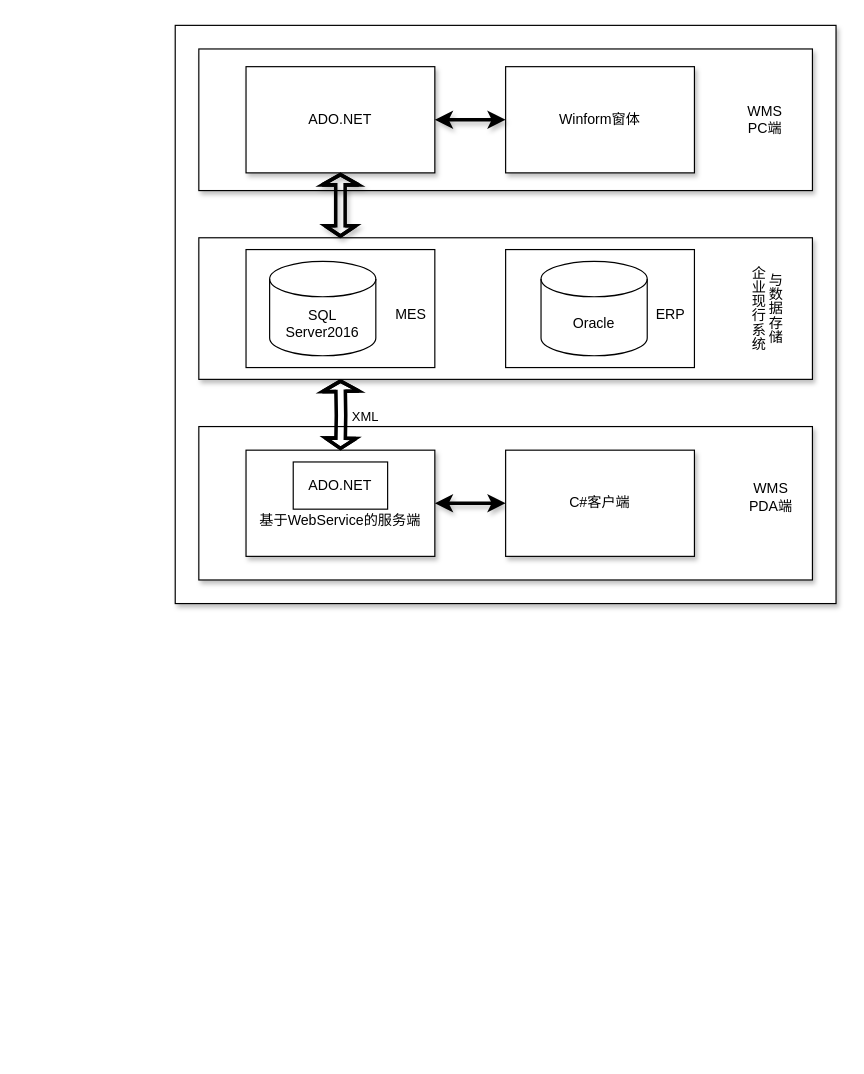
This is WMS系统架构.drawio from 177-Liukuan/MyPicture, a draw.io file, before an edit. Source tidied: cells renumbered, new cells numbered last; positions are measured from the earlier drawing's top-left corner, leaving out a move shared by most shapes. Both pictures are drawn from the tidied source at 118%, with x=0, y=0 at pixel (175, 25).
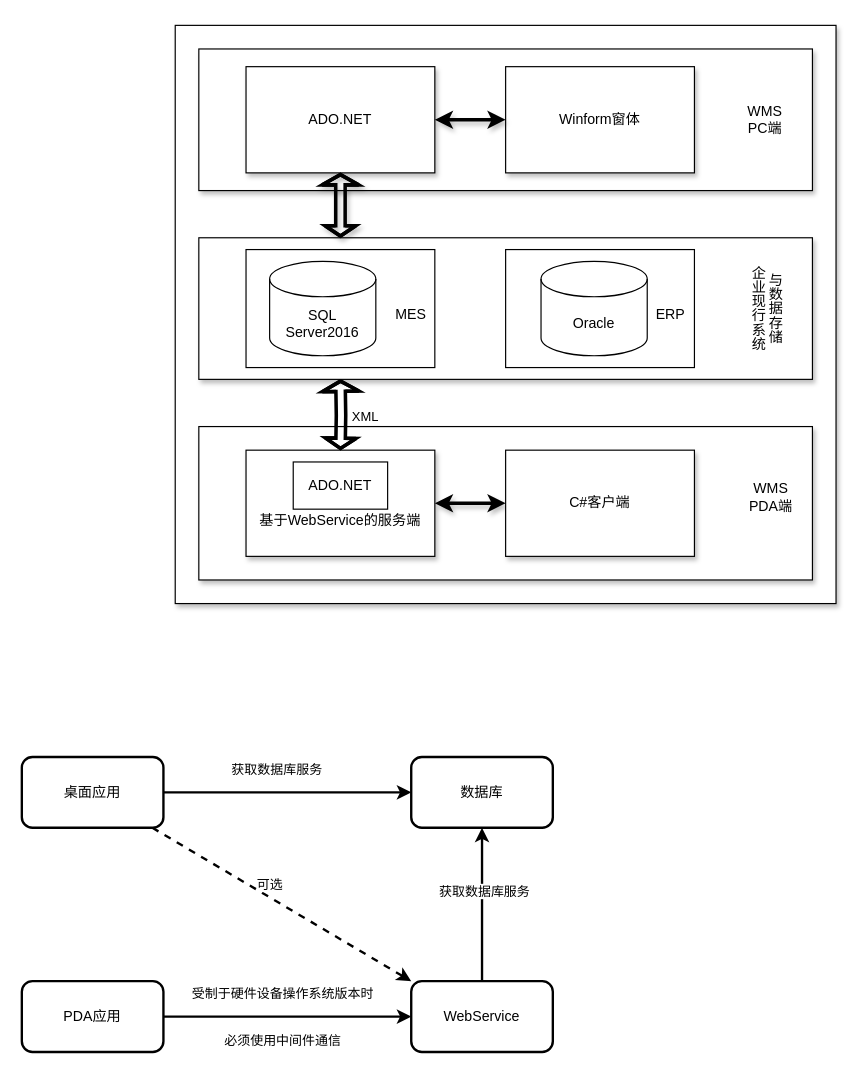
The same page after the edit.

Commit message:
更新WMS系统架构.drawio

The edit, as a diff of the source:
```diff
@@
+    <mxCell id="25" style="edgeStyle=orthogonalEdgeStyle;rounded=0;jettySize=auto;html=1;entryX=0;entryY=0.5;entryDx=0;entryDy=0;strokeWidth=2;" parent="1" edge="1" source="29" target="34">
+      <mxGeometry relative="1" as="geometry" />
+    </mxCell>
+    <mxCell id="26" value="获取数据库服务" style="edgeLabel;html=1;align=center;verticalAlign=middle;fontSize=11;" parent="25" vertex="1">
+      <mxGeometry x="-0.1" y="3" relative="1" as="geometry">
+        <mxPoint y="-17" as="offset" />
+      </mxGeometry>
+    </mxCell>
+    <mxCell id="27" style="rounded=0;jettySize=auto;html=1;entryX=0;entryY=0;entryDx=0;entryDy=0;dashed=1;strokeWidth=2;" parent="1" edge="1" source="29" target="37">
+      <mxGeometry relative="1" as="geometry" />
+    </mxCell>
+    <mxCell id="28" value="可选" style="edgeLabel;html=1;align=center;verticalAlign=middle;" parent="27" vertex="1">
+      <mxGeometry x="-0.31" y="-3" relative="1" as="geometry">
+        <mxPoint x="25" as="offset" />
+      </mxGeometry>
+    </mxCell>
+    <mxCell id="29" value="桌面应用" style="rounded=1;whiteSpace=wrap;html=1;strokeWidth=2;" parent="1" vertex="1">
+      <mxGeometry x="-130" y="620" width="120" height="60" as="geometry" />
+    </mxCell>
+    <mxCell id="30" style="edgeStyle=orthogonalEdgeStyle;rounded=0;jettySize=auto;html=1;strokeWidth=2;" parent="1" edge="1" source="33" target="37">
+      <mxGeometry relative="1" as="geometry" />
+    </mxCell>
+    <mxCell id="31" value="受制于硬件设备操作系统版本时" style="edgeLabel;html=1;align=center;verticalAlign=middle;" parent="30" vertex="1">
+      <mxGeometry x="-0.19" y="3" relative="1" as="geometry">
+        <mxPoint x="15" y="-17" as="offset" />
+      </mxGeometry>
+    </mxCell>
+    <mxCell id="32" value="必须使用中间件通信" style="edgeLabel;html=1;align=center;verticalAlign=middle;" parent="30" vertex="1">
+      <mxGeometry x="-0.15" y="1" relative="1" as="geometry">
+        <mxPoint x="11" y="21" as="offset" />
+      </mxGeometry>
+    </mxCell>
+    <mxCell id="33" value="PDA应用" style="rounded=1;whiteSpace=wrap;html=1;strokeWidth=2;" parent="1" vertex="1">
+      <mxGeometry x="-130" y="810" width="120" height="60" as="geometry" />
+    </mxCell>
+    <mxCell id="34" value="数据库" style="rounded=1;whiteSpace=wrap;html=1;strokeWidth=2;" parent="1" vertex="1">
+      <mxGeometry x="200" y="620" width="120" height="60" as="geometry" />
+    </mxCell>
+    <mxCell id="35" style="edgeStyle=orthogonalEdgeStyle;rounded=0;jettySize=auto;html=1;entryX=0.5;entryY=1;entryDx=0;entryDy=0;strokeWidth=2;" parent="1" edge="1" source="37" target="34">
+      <mxGeometry relative="1" as="geometry" />
+    </mxCell>
+    <mxCell id="36" value="获取数据库服务" style="edgeLabel;html=1;align=center;verticalAlign=middle;" parent="35" vertex="1">
+      <mxGeometry x="0.18" y="-1" relative="1" as="geometry" />
+    </mxCell>
+    <mxCell id="37" value="WebService" style="rounded=1;whiteSpace=wrap;html=1;strokeWidth=2;" parent="1" vertex="1">
+      <mxGeometry x="200" y="810" width="120" height="60" as="geometry" />
+    </mxCell>
```
